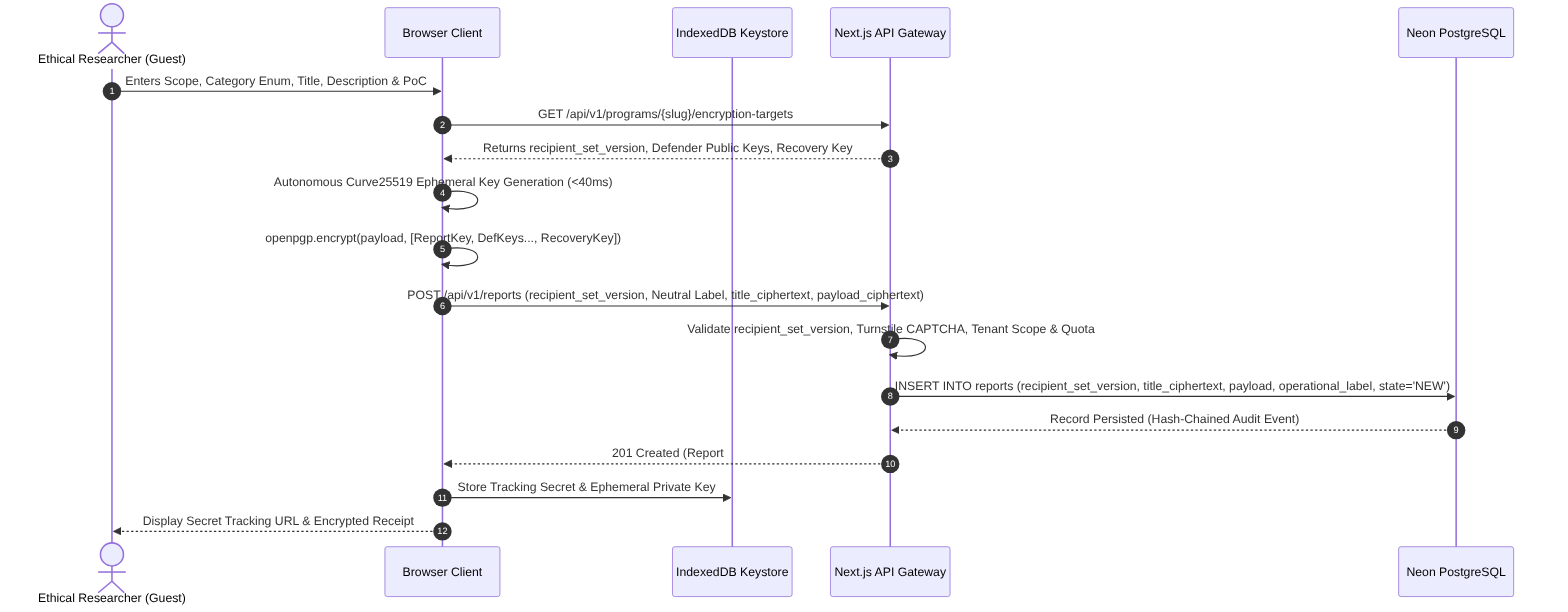
Taha-Asad/BugBountyTracker keeps this Mermaid diagram as requirements/diagrams/fig4_3_seq_submission.png. Above is the earlier version. Its source is kept beside it as requirements/diagrams/fig4_3_seq_submission.mmd.
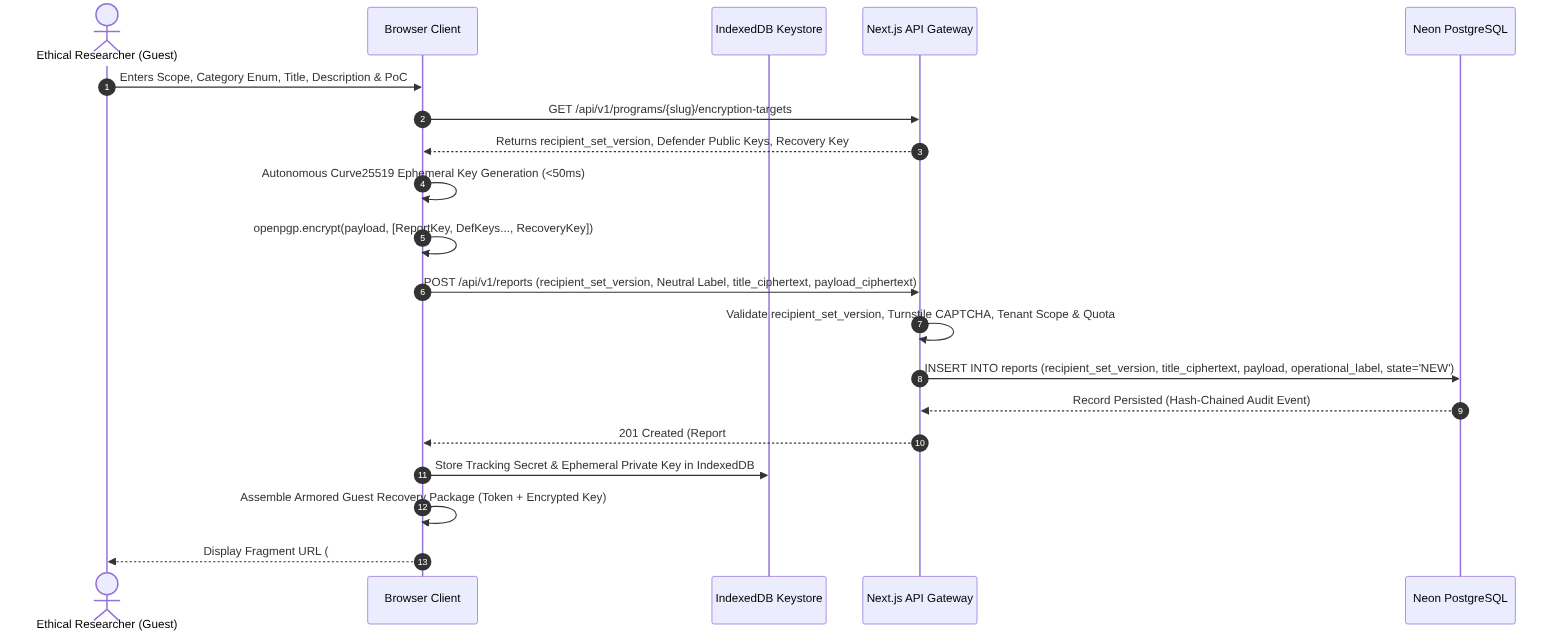
The same file after the commit.

Change to the diagram source:
```diff
@@ -9,12 +9,13 @@
     Hunter->>Browser: Enters Scope, Category Enum, Title, Description & PoC
     Browser->>Server: GET /api/v1/programs/{slug}/encryption-targets
     Server-->>Browser: Returns recipient_set_version, Defender Public Keys, Recovery Key
-    Browser->>Browser: Autonomous Curve25519 Ephemeral Key Generation (<40ms)
+    Browser->>Browser: Autonomous Curve25519 Ephemeral Key Generation (<50ms)
     Browser->>Browser: openpgp.encrypt(payload, [ReportKey, DefKeys..., RecoveryKey])
     Browser->>Server: POST /api/v1/reports (recipient_set_version, Neutral Label, title_ciphertext, payload_ciphertext)
     Server->>Server: Validate recipient_set_version, Turnstile CAPTCHA, Tenant Scope & Quota
     Server->>DB: INSERT INTO reports (recipient_set_version, title_ciphertext, payload, operational_label, state='NEW')
     DB-->>Server: Record Persisted (Hash-Chained Audit Event)
-    Server-->>Browser: 201 Created (Report #BBT-102 + Tracking Token)
-    Browser->>KeyStore: Store Tracking Secret & Ephemeral Private Key
-    Browser-->>Hunter: Display Secret Tracking URL & Encrypted Receipt
+    Server-->>Browser: 201 Created (Report #BBT-102 + Guest Access Token)
+    Browser->>KeyStore: Store Tracking Secret & Ephemeral Private Key in IndexedDB
+    Browser->>Browser: Assemble Armored Guest Recovery Package (Token + Encrypted Key)
+    Browser-->>Hunter: Display Fragment URL (#token=...&key=...) & Downloadable Recovery Package
```
